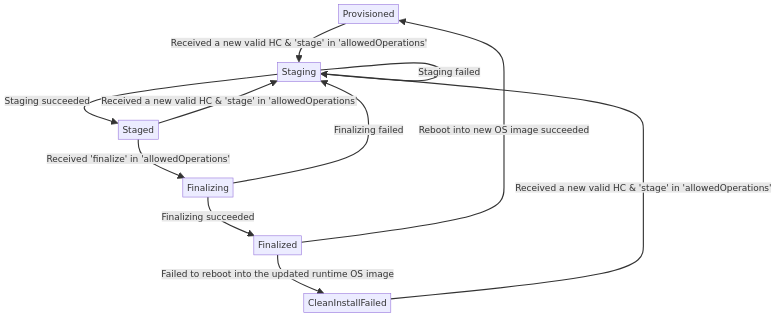
The Mermaid diagram dev-docs/diagrams/state-diagrams/ab-update.png in microsoft/trident, before a commit. Its source is kept beside it as dev-docs/diagrams/state-diagrams/ab-update.mmd.
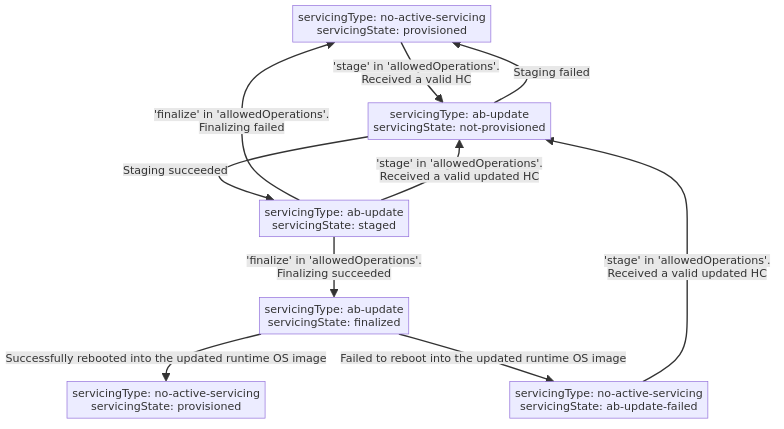
After the commit.

Commit message:
Merged PR 20719: engineering: Clean up after Staging and Finalizing have been removed

Diff of the diagram source:
```diff
@@ -1,11 +1,10 @@
 graph TD
-A[Provisioned] --> |Received a new valid HC & 'stage' in 'allowedOperations'|B[Staging]
-B --> |Staging succeeded|C[Staged]
-B --> |Staging failed|B
-C --> |Received 'finalize' in 'allowedOperations'|E[Finalizing]
-C --> |Received a new valid HC & 'stage' in 'allowedOperations'|B
-E --> |Finalizing succeeded|F[Finalized]
-E --> |Finalizing failed|B
-F --> |Reboot into new OS image succeeded|A
-F --> |Failed to reboot into the updated runtime OS image|D[CleanInstallFailed]
-D --> |Received a new valid HC & 'stage' in 'allowedOperations'|B
+A[servicingType: no-active-servicing\nservicingState: provisioned] --> |'stage' in 'allowedOperations'.\nReceived a valid HC|B[servicingType: ab-update\nservicingState: not-provisioned]
+B --> |Staging failed|A
+B --> |Staging succeeded|C[servicingType: ab-update\nservicingState: staged]
+C --> |'finalize' in 'allowedOperations'.\nFinalizing succeeded|E[servicingType: ab-update\nservicingState: finalized]
+C --> |'finalize' in 'allowedOperations'.\nFinalizing failed|A
+C --> |'stage' in 'allowedOperations'.\nReceived a valid updated HC|B
+E --> |Successfully rebooted into the updated runtime OS image|G[servicingType: no-active-servicing\nservicingState: provisioned]
+E --> |Failed to reboot into the updated runtime OS image|D[servicingType: no-active-servicing\nservicingState: ab-update-failed]
+D --> |'stage' in 'allowedOperations'.\nReceived a valid updated HC|B
```
